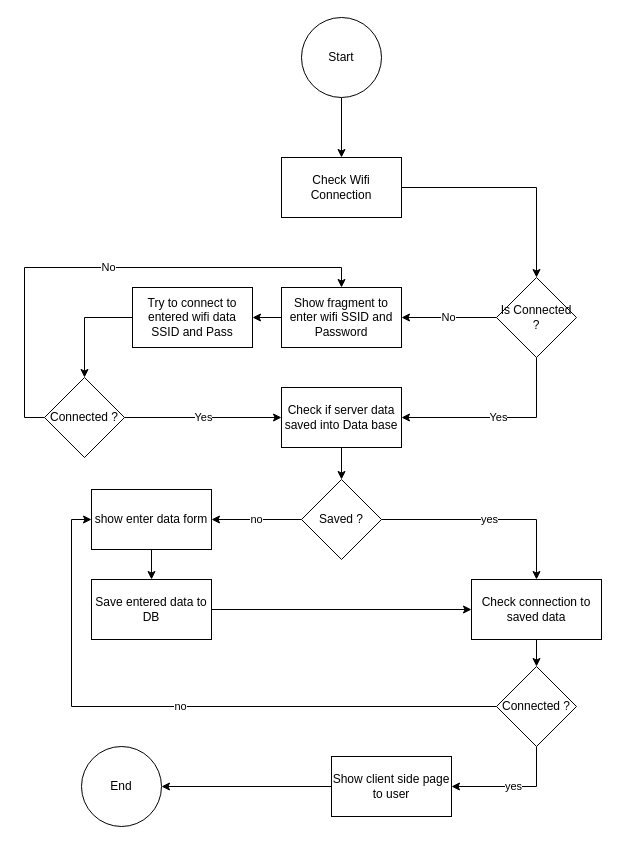
This is page "Android app for Tablet" (6 of 6) of UML Design/main.drawio from ahmadtechnik/signatureSystem, a draw.io file, before an edit. Source tidied: cells renumbered, new cells numbered last; positions are measured from the earlier drawing's top-left corner, leaving out a move shared by most shapes. Both pictures are drawn from the tidied source at 100%, with x=0, y=0 at pixel (44, 17).
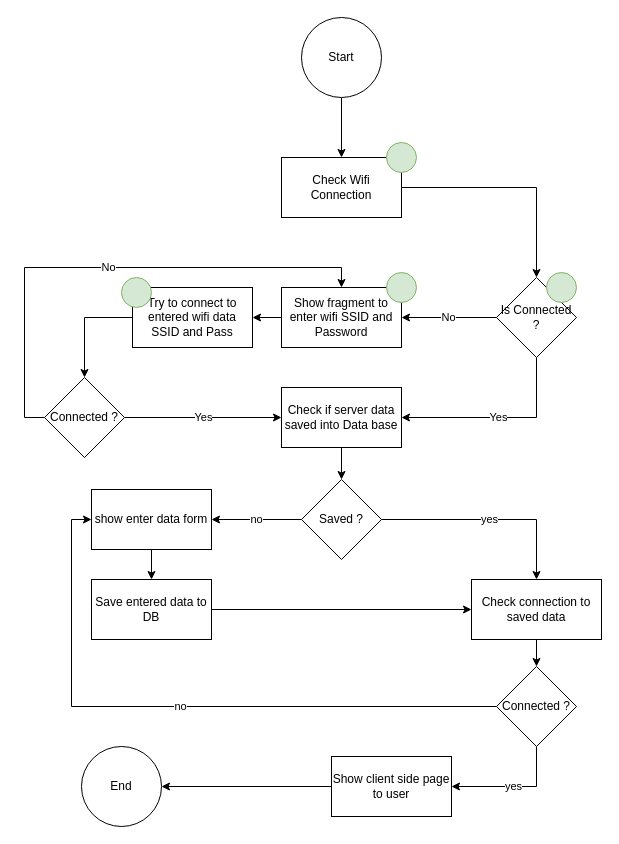
The same page after the edit.

What changed in the source:
```diff
@@
+    <mxCell id="33" style="ellipse;whiteSpace=wrap;html=1;fillColor=#d5e8d4;strokeColor=#82b366;" parent="1" vertex="1">
+      <mxGeometry x="342" y="125" width="30" height="30" as="geometry" />
+    </mxCell>
+    <mxCell id="34" style="ellipse;whiteSpace=wrap;html=1;fillColor=#d5e8d4;strokeColor=#82b366;" parent="1" vertex="1">
+      <mxGeometry x="502" y="255" width="30" height="30" as="geometry" />
+    </mxCell>
+    <mxCell id="35" style="ellipse;whiteSpace=wrap;html=1;fillColor=#d5e8d4;strokeColor=#82b366;" parent="1" vertex="1">
+      <mxGeometry x="77" y="260" width="30" height="30" as="geometry" />
+    </mxCell>
+    <mxCell id="36" style="ellipse;whiteSpace=wrap;html=1;fillColor=#d5e8d4;strokeColor=#82b366;" parent="1" vertex="1">
+      <mxGeometry x="342" y="255" width="30" height="30" as="geometry" />
+    </mxCell>
```
